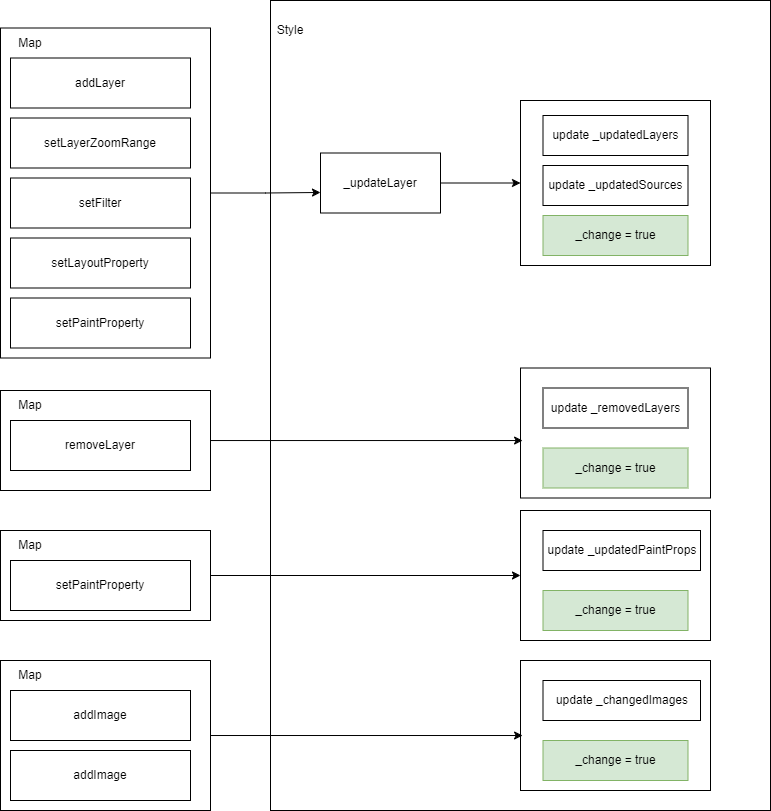
The draw.io diagram style-update.drawio.png in 472542625/drawio, before a commit. Source tidied: cells renumbered, new cells last; positions are measured from the earlier drawing's top-left corner, leaving out a move shared by most shapes. Its diagram source:
```xml
<mxGraphModel>
  <root>
    <mxCell id="0" />
    <mxCell id="1" parent="0" />
    <mxCell id="2" style="rounded=0;whiteSpace=wrap;html=1;" parent="1" vertex="1">
      <mxGeometry x="270" width="500" height="810" as="geometry" />
    </mxCell>
    <mxCell id="3" style="rounded=0;whiteSpace=wrap;html=1;" parent="1" vertex="1">
      <mxGeometry y="27.5" width="210" height="330" as="geometry" />
    </mxCell>
    <mxCell id="4" value="addLayer" style="rounded=0;whiteSpace=wrap;html=1;" parent="1" vertex="1">
      <mxGeometry x="10" y="57.5" width="180" height="50" as="geometry" />
    </mxCell>
    <mxCell id="5" value="setLayerZoomRange" style="rounded=0;whiteSpace=wrap;html=1;" parent="1" vertex="1">
      <mxGeometry x="10" y="117.5" width="180" height="50" as="geometry" />
    </mxCell>
    <mxCell id="6" value="setFilter" style="rounded=0;whiteSpace=wrap;html=1;" parent="1" vertex="1">
      <mxGeometry x="10" y="177.5" width="180" height="50" as="geometry" />
    </mxCell>
    <mxCell id="7" value="setLayoutProperty" style="rounded=0;whiteSpace=wrap;html=1;" parent="1" vertex="1">
      <mxGeometry x="10" y="237.5" width="180" height="50" as="geometry" />
    </mxCell>
    <mxCell id="8" value="setPaintProperty" style="rounded=0;whiteSpace=wrap;html=1;" parent="1" vertex="1">
      <mxGeometry x="10" y="297.5" width="180" height="50" as="geometry" />
    </mxCell>
    <mxCell id="9" value="Map" style="text;html=1;align=center;verticalAlign=middle;whiteSpace=wrap;rounded=0;" parent="1" vertex="1">
      <mxGeometry y="27.5" width="60" height="30" as="geometry" />
    </mxCell>
    <mxCell id="10" style="edgeStyle=orthogonalEdgeStyle;rounded=0;jettySize=auto;html=1;entryX=0;entryY=0.5;entryDx=0;entryDy=0;" parent="1" edge="1" source="11" target="12">
      <mxGeometry relative="1" as="geometry" />
    </mxCell>
    <mxCell id="11" value="_updateLayer" style="rounded=0;whiteSpace=wrap;html=1;" parent="1" vertex="1">
      <mxGeometry x="320" y="152.5" width="120" height="60" as="geometry" />
    </mxCell>
    <mxCell id="12" style="rounded=0;whiteSpace=wrap;html=1;" parent="1" vertex="1">
      <mxGeometry x="520" y="100" width="190" height="165" as="geometry" />
    </mxCell>
    <mxCell id="13" value="update&amp;nbsp;_updatedLayers" style="rounded=0;whiteSpace=wrap;html=1;" parent="1" vertex="1">
      <mxGeometry x="542.5" y="115" width="145" height="40" as="geometry" />
    </mxCell>
    <mxCell id="14" value="Style" style="text;html=1;align=center;verticalAlign=middle;whiteSpace=wrap;rounded=0;" parent="1" vertex="1">
      <mxGeometry x="260" y="15" width="60" height="30" as="geometry" />
    </mxCell>
    <mxCell id="15" value="_change = true" style="rounded=0;whiteSpace=wrap;html=1;fillColor=#d5e8d4;strokeColor=#82b366;" parent="1" vertex="1">
      <mxGeometry x="542.5" y="215" width="145" height="40" as="geometry" />
    </mxCell>
    <mxCell id="16" style="rounded=0;whiteSpace=wrap;html=1;" parent="1" vertex="1">
      <mxGeometry y="390" width="210" height="100" as="geometry" />
    </mxCell>
    <mxCell id="17" value="removeLayer" style="rounded=0;whiteSpace=wrap;html=1;" parent="1" vertex="1">
      <mxGeometry x="10" y="420" width="180" height="50" as="geometry" />
    </mxCell>
    <mxCell id="18" value="Map" style="text;html=1;align=center;verticalAlign=middle;whiteSpace=wrap;rounded=0;" parent="1" vertex="1">
      <mxGeometry y="390" width="60" height="30" as="geometry" />
    </mxCell>
    <mxCell id="19" style="rounded=0;whiteSpace=wrap;html=1;" parent="1" vertex="1">
      <mxGeometry x="520" y="367.5" width="190" height="130" as="geometry" />
    </mxCell>
    <mxCell id="20" value="update&amp;nbsp;_removedLayers" style="rounded=0;whiteSpace=wrap;html=1;" parent="1" vertex="1">
      <mxGeometry x="542.5" y="387.5" width="145" height="40" as="geometry" />
    </mxCell>
    <mxCell id="21" value="_change = true" style="rounded=0;whiteSpace=wrap;html=1;fillColor=#d5e8d4;strokeColor=#82b366;" parent="1" vertex="1">
      <mxGeometry x="542.5" y="447.5" width="145" height="40" as="geometry" />
    </mxCell>
    <mxCell id="22" style="edgeStyle=orthogonalEdgeStyle;rounded=0;jettySize=auto;html=1;entryX=0;entryY=0.5;entryDx=0;entryDy=0;" parent="1" edge="1" source="23" target="27">
      <mxGeometry relative="1" as="geometry" />
    </mxCell>
    <mxCell id="23" style="rounded=0;whiteSpace=wrap;html=1;" parent="1" vertex="1">
      <mxGeometry y="530" width="210" height="90" as="geometry" />
    </mxCell>
    <mxCell id="24" value="setPaintProperty" style="rounded=0;whiteSpace=wrap;html=1;" parent="1" vertex="1">
      <mxGeometry x="10" y="560" width="180" height="50" as="geometry" />
    </mxCell>
    <mxCell id="25" value="Map" style="text;html=1;align=center;verticalAlign=middle;whiteSpace=wrap;rounded=0;" parent="1" vertex="1">
      <mxGeometry y="530" width="60" height="30" as="geometry" />
    </mxCell>
    <mxCell id="26" value="update&amp;nbsp;_updatedSources" style="rounded=0;whiteSpace=wrap;html=1;" parent="1" vertex="1">
      <mxGeometry x="542.5" y="165" width="145" height="40" as="geometry" />
    </mxCell>
    <mxCell id="27" style="rounded=0;whiteSpace=wrap;html=1;" parent="1" vertex="1">
      <mxGeometry x="520" y="510" width="190" height="130" as="geometry" />
    </mxCell>
    <mxCell id="28" value="update&amp;nbsp;_updatedPaintProps" style="rounded=0;whiteSpace=wrap;html=1;" parent="1" vertex="1">
      <mxGeometry x="542.5" y="530" width="157.5" height="40" as="geometry" />
    </mxCell>
    <mxCell id="29" value="_change = true" style="rounded=0;whiteSpace=wrap;html=1;fillColor=#d5e8d4;strokeColor=#82b366;" parent="1" vertex="1">
      <mxGeometry x="542.5" y="590" width="145" height="40" as="geometry" />
    </mxCell>
    <mxCell id="30" style="rounded=0;whiteSpace=wrap;html=1;" parent="1" vertex="1">
      <mxGeometry y="660" width="210" height="150" as="geometry" />
    </mxCell>
    <mxCell id="31" value="addImage" style="rounded=0;whiteSpace=wrap;html=1;" parent="1" vertex="1">
      <mxGeometry x="10" y="690" width="180" height="50" as="geometry" />
    </mxCell>
    <mxCell id="32" value="Map" style="text;html=1;align=center;verticalAlign=middle;whiteSpace=wrap;rounded=0;" parent="1" vertex="1">
      <mxGeometry y="660" width="60" height="30" as="geometry" />
    </mxCell>
    <mxCell id="33" value="addImage" style="rounded=0;whiteSpace=wrap;html=1;" parent="1" vertex="1">
      <mxGeometry x="10" y="750" width="180" height="50" as="geometry" />
    </mxCell>
    <mxCell id="34" style="rounded=0;whiteSpace=wrap;html=1;" parent="1" vertex="1">
      <mxGeometry x="520" y="660" width="190" height="130" as="geometry" />
    </mxCell>
    <mxCell id="35" value="update&amp;nbsp;_changedImages" style="rounded=0;whiteSpace=wrap;html=1;" parent="1" vertex="1">
      <mxGeometry x="542.5" y="680" width="157.5" height="40" as="geometry" />
    </mxCell>
    <mxCell id="36" value="_change = true" style="rounded=0;whiteSpace=wrap;html=1;fillColor=#d5e8d4;strokeColor=#82b366;" parent="1" vertex="1">
      <mxGeometry x="542.5" y="740" width="145" height="40" as="geometry" />
    </mxCell>
    <mxCell id="37" style="edgeStyle=orthogonalEdgeStyle;rounded=0;jettySize=auto;html=1;entryX=0.011;entryY=0.558;entryDx=0;entryDy=0;entryPerimeter=0;" parent="1" edge="1" source="16" target="19">
      <mxGeometry relative="1" as="geometry" />
    </mxCell>
    <mxCell id="38" style="edgeStyle=orthogonalEdgeStyle;rounded=0;jettySize=auto;html=1;entryX=0;entryY=0.658;entryDx=0;entryDy=0;entryPerimeter=0;" parent="1" edge="1" source="3" target="11">
      <mxGeometry relative="1" as="geometry" />
    </mxCell>
    <mxCell id="39" style="edgeStyle=orthogonalEdgeStyle;rounded=0;jettySize=auto;html=1;entryX=0.011;entryY=0.577;entryDx=0;entryDy=0;entryPerimeter=0;" parent="1" edge="1" source="30" target="34">
      <mxGeometry relative="1" as="geometry" />
    </mxCell>
  </root>
</mxGraphModel>
```
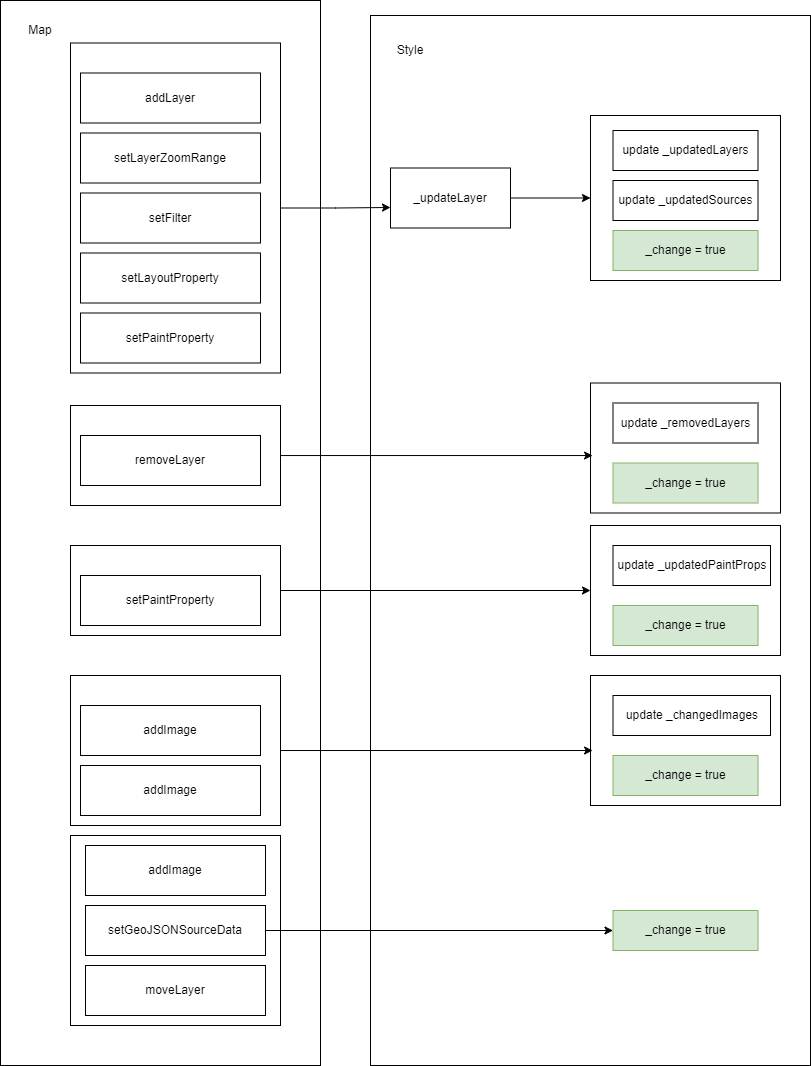
Above is the later version.

Diff of the diagram source:
```diff
@@ -2,8 +2,11 @@
   <root>
     <mxCell id="0" />
     <mxCell id="1" parent="0" />
+    <mxCell id="40" style="rounded=0;whiteSpace=wrap;html=1;" parent="1" vertex="1">
+      <mxGeometry x="-70" y="-15" width="320" height="1065" as="geometry" />
+    </mxCell>
     <mxCell id="2" style="rounded=0;whiteSpace=wrap;html=1;" parent="1" vertex="1">
-      <mxGeometry x="270" width="500" height="810" as="geometry" />
+      <mxGeometry x="300" width="440" height="1050" as="geometry" />
     </mxCell>
     <mxCell id="3" style="rounded=0;whiteSpace=wrap;html=1;" parent="1" vertex="1">
       <mxGeometry y="27.5" width="210" height="330" as="geometry" />
@@ -23,9 +26,6 @@
     <mxCell id="8" value="setPaintProperty" style="rounded=0;whiteSpace=wrap;html=1;" parent="1" vertex="1">
       <mxGeometry x="10" y="297.5" width="180" height="50" as="geometry" />
     </mxCell>
-    <mxCell id="9" value="Map" style="text;html=1;align=center;verticalAlign=middle;whiteSpace=wrap;rounded=0;" parent="1" vertex="1">
-      <mxGeometry y="27.5" width="60" height="30" as="geometry" />
-    </mxCell>
     <mxCell id="10" style="edgeStyle=orthogonalEdgeStyle;rounded=0;jettySize=auto;html=1;entryX=0;entryY=0.5;entryDx=0;entryDy=0;" parent="1" edge="1" source="11" target="12">
       <mxGeometry relative="1" as="geometry" />
     </mxCell>
@@ -39,7 +39,7 @@
       <mxGeometry x="542.5" y="115" width="145" height="40" as="geometry" />
     </mxCell>
     <mxCell id="14" value="Style" style="text;html=1;align=center;verticalAlign=middle;whiteSpace=wrap;rounded=0;" parent="1" vertex="1">
-      <mxGeometry x="260" y="15" width="60" height="30" as="geometry" />
+      <mxGeometry x="310" y="20" width="60" height="30" as="geometry" />
     </mxCell>
     <mxCell id="15" value="_change = true" style="rounded=0;whiteSpace=wrap;html=1;fillColor=#d5e8d4;strokeColor=#82b366;" parent="1" vertex="1">
       <mxGeometry x="542.5" y="215" width="145" height="40" as="geometry" />
@@ -50,9 +50,6 @@
     <mxCell id="17" value="removeLayer" style="rounded=0;whiteSpace=wrap;html=1;" parent="1" vertex="1">
       <mxGeometry x="10" y="420" width="180" height="50" as="geometry" />
     </mxCell>
-    <mxCell id="18" value="Map" style="text;html=1;align=center;verticalAlign=middle;whiteSpace=wrap;rounded=0;" parent="1" vertex="1">
-      <mxGeometry y="390" width="60" height="30" as="geometry" />
-    </mxCell>
     <mxCell id="19" style="rounded=0;whiteSpace=wrap;html=1;" parent="1" vertex="1">
       <mxGeometry x="520" y="367.5" width="190" height="130" as="geometry" />
     </mxCell>
@@ -71,9 +68,6 @@
     <mxCell id="24" value="setPaintProperty" style="rounded=0;whiteSpace=wrap;html=1;" parent="1" vertex="1">
       <mxGeometry x="10" y="560" width="180" height="50" as="geometry" />
     </mxCell>
-    <mxCell id="25" value="Map" style="text;html=1;align=center;verticalAlign=middle;whiteSpace=wrap;rounded=0;" parent="1" vertex="1">
-      <mxGeometry y="530" width="60" height="30" as="geometry" />
-    </mxCell>
     <mxCell id="26" value="update&amp;nbsp;_updatedSources" style="rounded=0;whiteSpace=wrap;html=1;" parent="1" vertex="1">
       <mxGeometry x="542.5" y="165" width="145" height="40" as="geometry" />
     </mxCell>
@@ -92,9 +86,6 @@
     <mxCell id="31" value="addImage" style="rounded=0;whiteSpace=wrap;html=1;" parent="1" vertex="1">
       <mxGeometry x="10" y="690" width="180" height="50" as="geometry" />
     </mxCell>
-    <mxCell id="32" value="Map" style="text;html=1;align=center;verticalAlign=middle;whiteSpace=wrap;rounded=0;" parent="1" vertex="1">
-      <mxGeometry y="660" width="60" height="30" as="geometry" />
-    </mxCell>
     <mxCell id="33" value="addImage" style="rounded=0;whiteSpace=wrap;html=1;" parent="1" vertex="1">
       <mxGeometry x="10" y="750" width="180" height="50" as="geometry" />
     </mxCell>
@@ -116,5 +107,26 @@
     <mxCell id="39" style="edgeStyle=orthogonalEdgeStyle;rounded=0;jettySize=auto;html=1;entryX=0.011;entryY=0.577;entryDx=0;entryDy=0;entryPerimeter=0;" parent="1" edge="1" source="30" target="34">
       <mxGeometry relative="1" as="geometry" />
     </mxCell>
+    <mxCell id="41" value="Map" style="text;html=1;align=center;verticalAlign=middle;whiteSpace=wrap;rounded=0;" parent="1" vertex="1">
+      <mxGeometry x="-60" width="60" height="30" as="geometry" />
+    </mxCell>
+    <mxCell id="42" style="rounded=0;whiteSpace=wrap;html=1;" parent="1" vertex="1">
+      <mxGeometry y="820" width="210" height="190" as="geometry" />
+    </mxCell>
+    <mxCell id="43" value="addImage" style="rounded=0;whiteSpace=wrap;html=1;" parent="1" vertex="1">
+      <mxGeometry x="15" y="830" width="180" height="50" as="geometry" />
+    </mxCell>
+    <mxCell id="44" style="edgeStyle=orthogonalEdgeStyle;rounded=0;jettySize=auto;html=1;" parent="1" edge="1" source="45" target="47">
+      <mxGeometry relative="1" as="geometry" />
+    </mxCell>
+    <mxCell id="45" value="setGeoJSONSourceData" style="rounded=0;whiteSpace=wrap;html=1;" parent="1" vertex="1">
+      <mxGeometry x="15" y="890" width="180" height="50" as="geometry" />
+    </mxCell>
+    <mxCell id="46" value="moveLayer" style="rounded=0;whiteSpace=wrap;html=1;" parent="1" vertex="1">
+      <mxGeometry x="15" y="950" width="180" height="50" as="geometry" />
+    </mxCell>
+    <mxCell id="47" value="_change = true" style="rounded=0;whiteSpace=wrap;html=1;fillColor=#d5e8d4;strokeColor=#82b366;" parent="1" vertex="1">
+      <mxGeometry x="542.5" y="895" width="145" height="40" as="geometry" />
+    </mxCell>
   </root>
 </mxGraphModel>
```
